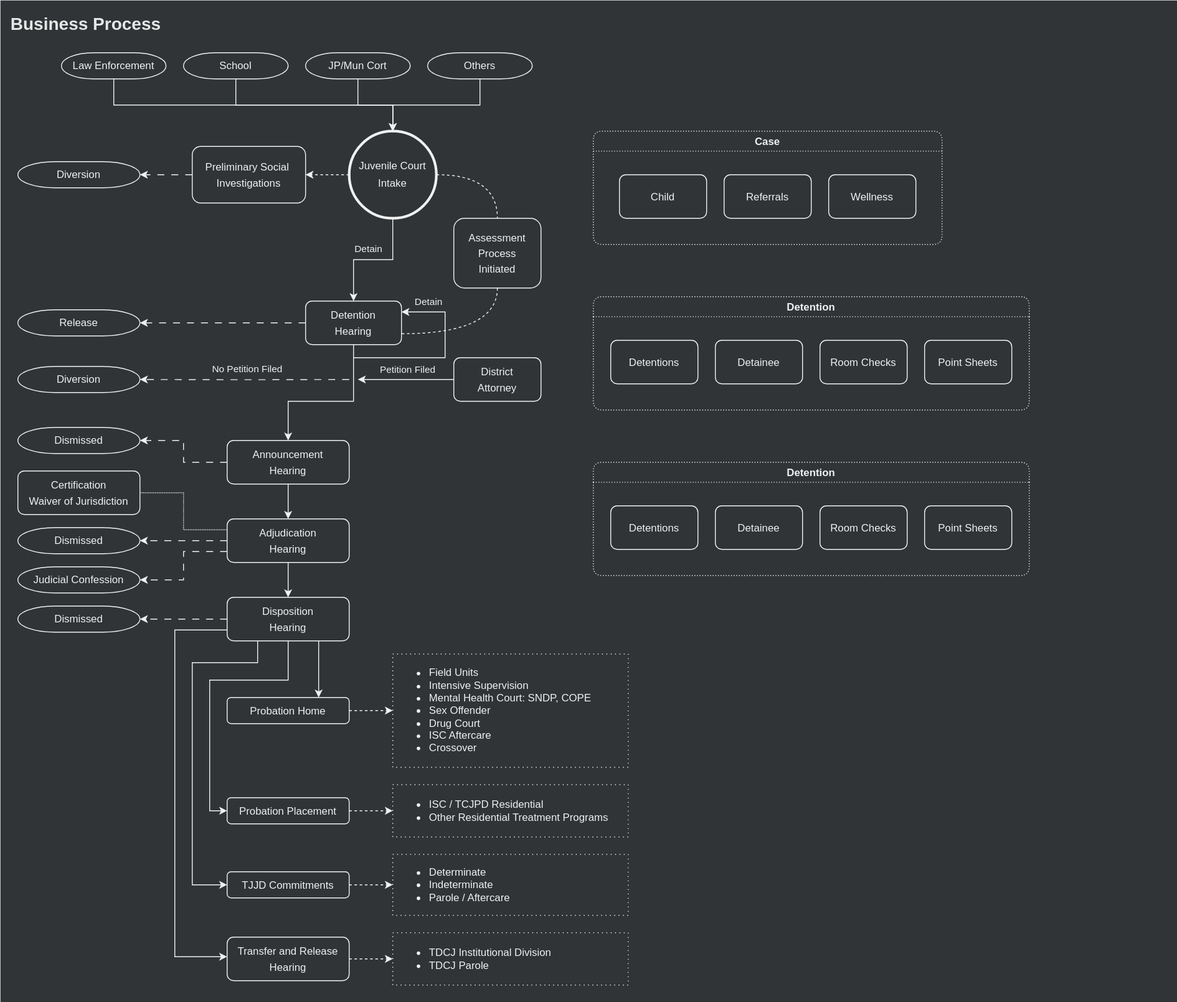
The draw.io diagram diagrams/juvpro/business-process.svg in tcjpd/tcjpd.github.io, before a commit. Source tidied: cells renumbered, new cells last; positions are measured from the earlier drawing's top-left corner, leaving out a move shared by most shapes.
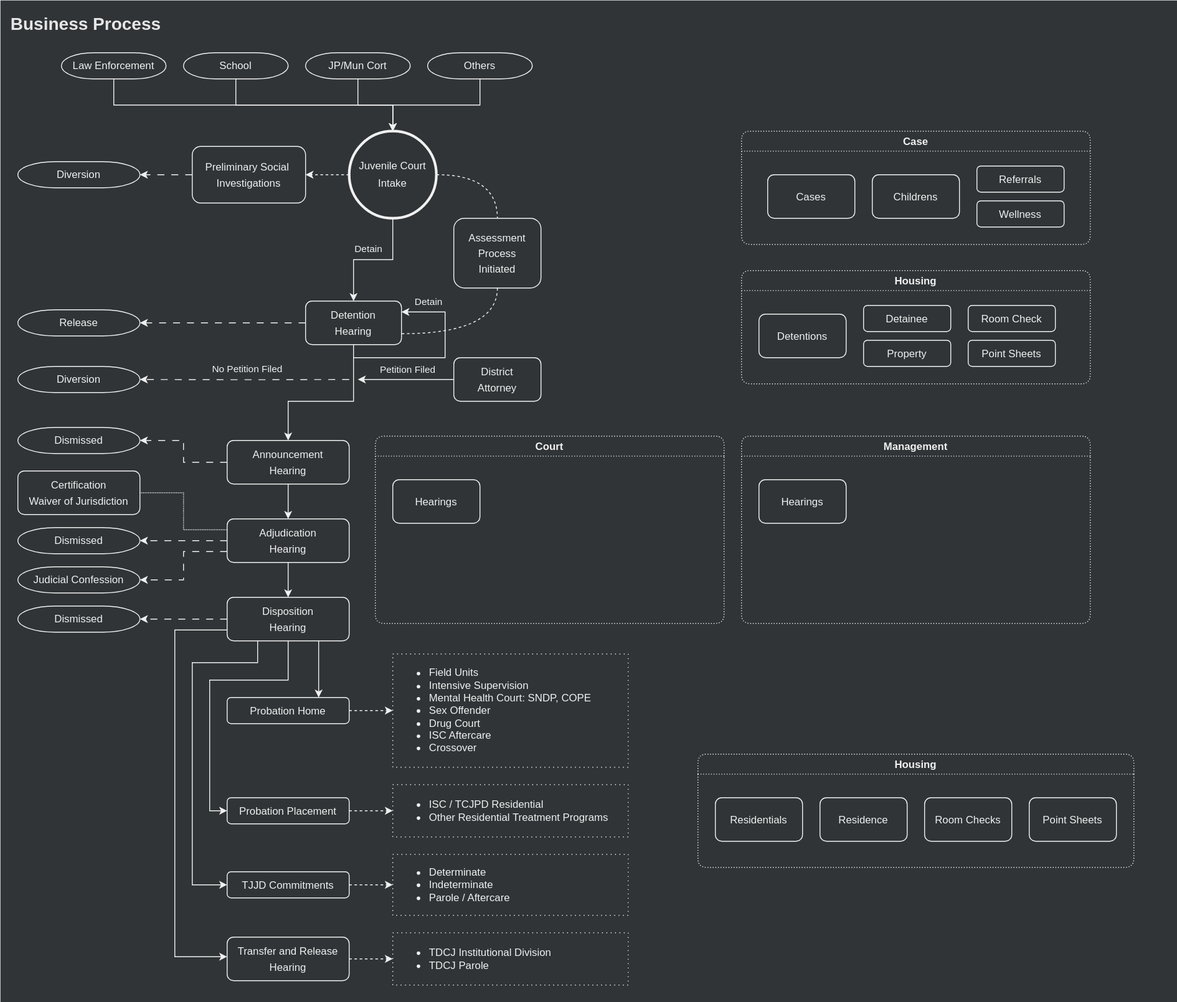
The same file after the commit.

What changed in the source:
```diff
@@ -252,36 +252,42 @@
       <mxGeometry x="450" y="1070" width="270" height="60" as="geometry" />
     </mxCell>
     <mxCell id="66" value="Case" style="swimlane;fontColor=#F0F0F0;fillColor=#303437;rounded=1;dashed=1;dashPattern=1 2;strokeColor=#F0F0F0;" parent="3" vertex="1">
-      <mxGeometry x="680" y="150" width="400" height="130" as="geometry" />
+      <mxGeometry x="850" y="150" width="400" height="130" as="geometry" />
     </mxCell>
-    <mxCell id="67" value="&lt;p style=&quot;line-height: 150%;&quot;&gt;Child&lt;/p&gt;" style="rounded=1;whiteSpace=wrap;html=1;fontColor=#F0F0F0;strokeColor=#F0F0F0;fillColor=#303437;" parent="66" vertex="1">
+    <mxCell id="67" value="&lt;p style=&quot;line-height: 150%;&quot;&gt;Cases&lt;/p&gt;" style="rounded=1;whiteSpace=wrap;html=1;fontColor=#F0F0F0;strokeColor=#F0F0F0;fillColor=#303437;" parent="66" vertex="1">
       <mxGeometry x="30" y="50" width="100" height="50" as="geometry" />
     </mxCell>
-    <mxCell id="68" value="&lt;p style=&quot;line-height: 150%;&quot;&gt;Referrals&lt;/p&gt;" style="rounded=1;whiteSpace=wrap;html=1;fontColor=#F0F0F0;strokeColor=#F0F0F0;fillColor=#303437;" parent="66" vertex="1">
+    <mxCell id="68" value="&lt;p style=&quot;line-height: 150%;&quot;&gt;Childrens&lt;/p&gt;" style="rounded=1;whiteSpace=wrap;html=1;fontColor=#F0F0F0;strokeColor=#F0F0F0;fillColor=#303437;" parent="66" vertex="1">
       <mxGeometry x="150" y="50" width="100" height="50" as="geometry" />
     </mxCell>
+    <mxCell id="80" value="&lt;p style=&quot;line-height: 150%;&quot;&gt;Referrals&lt;/p&gt;" style="rounded=1;whiteSpace=wrap;html=1;fontColor=#F0F0F0;strokeColor=#F0F0F0;fillColor=#303437;" parent="66" vertex="1">
+      <mxGeometry x="270" y="40" width="100" height="30" as="geometry" />
+    </mxCell>
     <mxCell id="69" value="&lt;p style=&quot;line-height: 150%;&quot;&gt;Wellness&lt;/p&gt;" style="rounded=1;whiteSpace=wrap;html=1;fontColor=#F0F0F0;strokeColor=#F0F0F0;fillColor=#303437;" parent="66" vertex="1">
-      <mxGeometry x="270" y="50" width="100" height="50" as="geometry" />
+      <mxGeometry x="270" y="80" width="100" height="30" as="geometry" />
     </mxCell>
-    <mxCell id="70" value="Detention" style="swimlane;fontColor=#F0F0F0;fillColor=#303437;rounded=1;dashed=1;dashPattern=1 2;strokeColor=#F0F0F0;" parent="3" vertex="1">
-      <mxGeometry x="680" y="340" width="500" height="130" as="geometry" />
+    <mxCell id="70" value="Housing" style="swimlane;fontColor=#F0F0F0;fillColor=#303437;rounded=1;dashed=1;dashPattern=1 2;strokeColor=#F0F0F0;" parent="3" vertex="1">
+      <mxGeometry x="850" y="310" width="400" height="130" as="geometry" />
     </mxCell>
     <mxCell id="71" value="&lt;p style=&quot;line-height: 150%;&quot;&gt;Detentions&lt;/p&gt;" style="rounded=1;whiteSpace=wrap;html=1;fontColor=#F0F0F0;strokeColor=#F0F0F0;fillColor=#303437;" parent="70" vertex="1">
       <mxGeometry x="20" y="50" width="100" height="50" as="geometry" />
     </mxCell>
-    <mxCell id="72" value="&lt;p style=&quot;line-height: 150%;&quot;&gt;Room Checks&lt;/p&gt;" style="rounded=1;whiteSpace=wrap;html=1;fontColor=#F0F0F0;strokeColor=#F0F0F0;fillColor=#303437;" parent="70" vertex="1">
-      <mxGeometry x="260" y="50" width="100" height="50" as="geometry" />
-    </mxCell>
+    <mxCell id="74" value="&lt;p style=&quot;line-height: 150%;&quot;&gt;Detainee&lt;/p&gt;" style="rounded=1;whiteSpace=wrap;html=1;fontColor=#F0F0F0;strokeColor=#F0F0F0;fillColor=#303437;" parent="70" vertex="1">
+      <mxGeometry x="140" y="40" width="100" height="30" as="geometry" />
+    </mxCell>
+    <mxCell id="81" value="&lt;p style=&quot;line-height: 150%;&quot;&gt;Property&lt;/p&gt;" style="rounded=1;whiteSpace=wrap;html=1;fontColor=#F0F0F0;strokeColor=#F0F0F0;fillColor=#303437;" parent="70" vertex="1">
+      <mxGeometry x="140" y="80" width="100" height="30" as="geometry" />
+    </mxCell>
+    <mxCell id="82" value="&lt;p style=&quot;line-height: 150%;&quot;&gt;Room Check&lt;/p&gt;" style="rounded=1;whiteSpace=wrap;html=1;fontColor=#F0F0F0;strokeColor=#F0F0F0;fillColor=#303437;" parent="70" vertex="1">
+      <mxGeometry x="260" y="40" width="100" height="30" as="geometry" />
+    </mxCell>
     <mxCell id="73" value="&lt;p style=&quot;line-height: 150%;&quot;&gt;Point Sheets&lt;/p&gt;" style="rounded=1;whiteSpace=wrap;html=1;fontColor=#F0F0F0;strokeColor=#F0F0F0;fillColor=#303437;" parent="70" vertex="1">
-      <mxGeometry x="380" y="50" width="100" height="50" as="geometry" />
+      <mxGeometry x="260" y="80" width="100" height="30" as="geometry" />
     </mxCell>
-    <mxCell id="74" value="&lt;p style=&quot;line-height: 150%;&quot;&gt;Detainee&lt;/p&gt;" style="rounded=1;whiteSpace=wrap;html=1;fontColor=#F0F0F0;strokeColor=#F0F0F0;fillColor=#303437;" parent="70" vertex="1">
-      <mxGeometry x="140" y="50" width="100" height="50" as="geometry" />
-    </mxCell>
-    <mxCell id="75" value="Detention" style="swimlane;fontColor=#F0F0F0;fillColor=#303437;rounded=1;dashed=1;dashPattern=1 2;strokeColor=#F0F0F0;" parent="3" vertex="1">
-      <mxGeometry x="680" y="530" width="500" height="130" as="geometry" />
+    <mxCell id="75" value="Housing" style="swimlane;fontColor=#F0F0F0;fillColor=#303437;rounded=1;dashed=1;dashPattern=1 2;strokeColor=#F0F0F0;" parent="3" vertex="1">
+      <mxGeometry x="800" y="865" width="500" height="130" as="geometry" />
     </mxCell>
-    <mxCell id="76" value="&lt;p style=&quot;line-height: 150%;&quot;&gt;Detentions&lt;/p&gt;" style="rounded=1;whiteSpace=wrap;html=1;fontColor=#F0F0F0;strokeColor=#F0F0F0;fillColor=#303437;" parent="75" vertex="1">
+    <mxCell id="76" value="&lt;p style=&quot;line-height: 150%;&quot;&gt;Residentials&lt;/p&gt;" style="rounded=1;whiteSpace=wrap;html=1;fontColor=#F0F0F0;strokeColor=#F0F0F0;fillColor=#303437;" parent="75" vertex="1">
       <mxGeometry x="20" y="50" width="100" height="50" as="geometry" />
     </mxCell>
     <mxCell id="77" value="&lt;p style=&quot;line-height: 150%;&quot;&gt;Room Checks&lt;/p&gt;" style="rounded=1;whiteSpace=wrap;html=1;fontColor=#F0F0F0;strokeColor=#F0F0F0;fillColor=#303437;" parent="75" vertex="1">
@@ -290,8 +296,20 @@
     <mxCell id="78" value="&lt;p style=&quot;line-height: 150%;&quot;&gt;Point Sheets&lt;/p&gt;" style="rounded=1;whiteSpace=wrap;html=1;fontColor=#F0F0F0;strokeColor=#F0F0F0;fillColor=#303437;" parent="75" vertex="1">
       <mxGeometry x="380" y="50" width="100" height="50" as="geometry" />
     </mxCell>
-    <mxCell id="79" value="&lt;p style=&quot;line-height: 150%;&quot;&gt;Detainee&lt;/p&gt;" style="rounded=1;whiteSpace=wrap;html=1;fontColor=#F0F0F0;strokeColor=#F0F0F0;fillColor=#303437;" parent="75" vertex="1">
+    <mxCell id="79" value="&lt;p style=&quot;line-height: 150%;&quot;&gt;Residence&lt;/p&gt;" style="rounded=1;whiteSpace=wrap;html=1;fontColor=#F0F0F0;strokeColor=#F0F0F0;fillColor=#303437;" parent="75" vertex="1">
       <mxGeometry x="140" y="50" width="100" height="50" as="geometry" />
     </mxCell>
+    <mxCell id="83" value="Management" style="swimlane;fontColor=#F0F0F0;fillColor=#303437;rounded=1;dashed=1;dashPattern=1 2;strokeColor=#F0F0F0;" parent="3" vertex="1">
+      <mxGeometry x="850" y="500" width="400" height="215" as="geometry" />
+    </mxCell>
+    <mxCell id="84" value="&lt;p style=&quot;line-height: 150%;&quot;&gt;Hearings&lt;/p&gt;" style="rounded=1;whiteSpace=wrap;html=1;fontColor=#F0F0F0;strokeColor=#F0F0F0;fillColor=#303437;" parent="83" vertex="1">
+      <mxGeometry x="20" y="50" width="100" height="50" as="geometry" />
+    </mxCell>
+    <mxCell id="85" value="Court" style="swimlane;fontColor=#F0F0F0;fillColor=#303437;rounded=1;dashed=1;dashPattern=1 2;strokeColor=#F0F0F0;" parent="3" vertex="1">
+      <mxGeometry x="430" y="500" width="400" height="215" as="geometry" />
+    </mxCell>
+    <mxCell id="86" value="&lt;p style=&quot;line-height: 150%;&quot;&gt;Hearings&lt;/p&gt;" style="rounded=1;whiteSpace=wrap;html=1;fontColor=#F0F0F0;strokeColor=#F0F0F0;fillColor=#303437;" parent="85" vertex="1">
+      <mxGeometry x="20" y="50" width="100" height="50" as="geometry" />
+    </mxCell>
   </root>
 </mxGraphModel>
```
